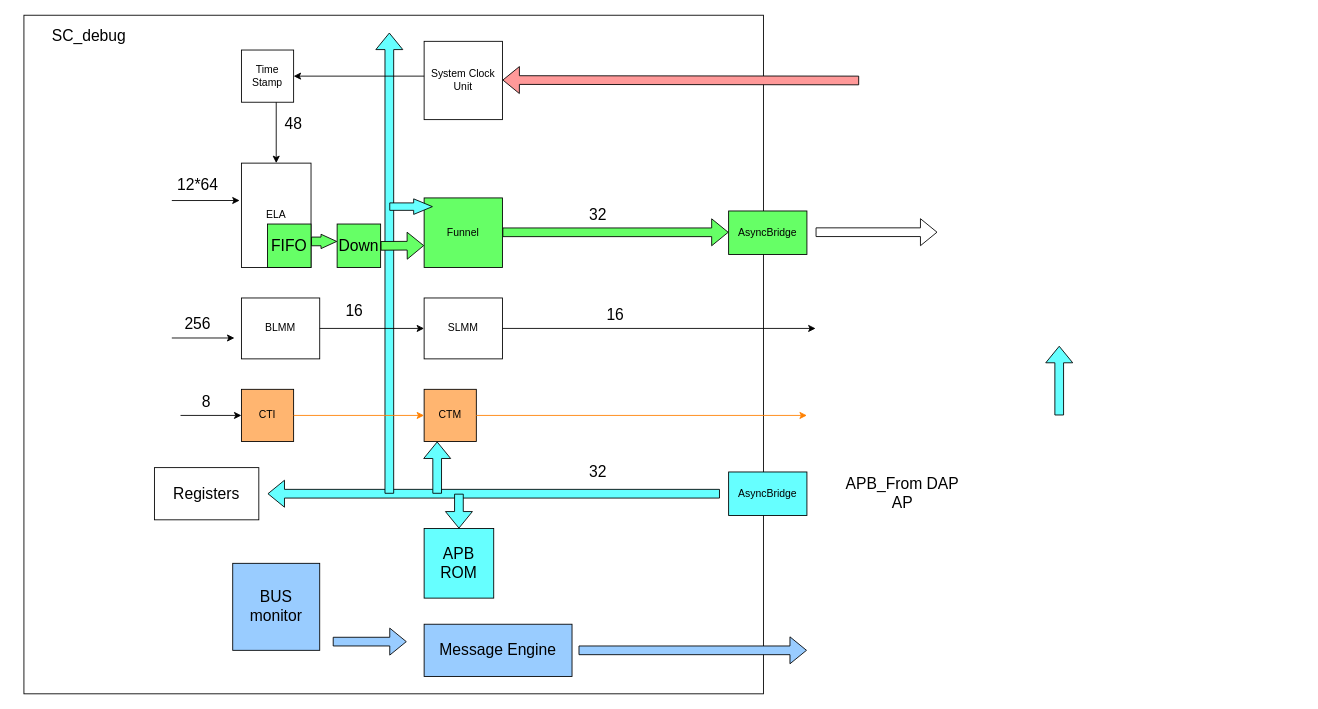
Earlier version of the draw.io diagram page "Page-7" (7 of 8) of Untitled Diagram.drawio (ASIC-Design/test). Source tidied: cells renumbered, new cells numbered last; positions are measured from the earlier drawing's top-left corner, leaving out a move shared by most shapes. Both pictures are drawn from the tidied source at 87%, with x=0, y=0 at pixel (23, 15).
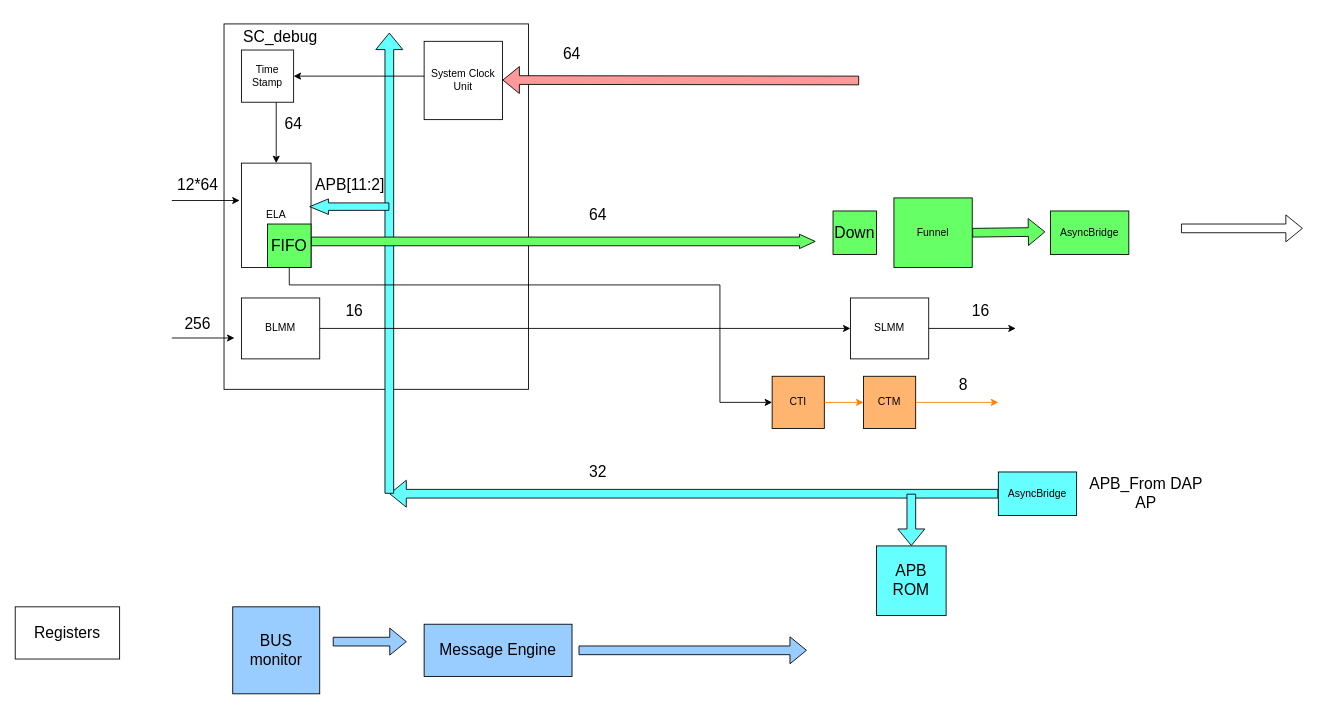
The same page after the edit.

The change refers to these unchanged cells:
```xml
<mxCell id="3" value="ELA" style="rounded=0;whiteSpace=wrap;html=1;" parent="1" vertex="1">
  <mxGeometry x="250" y="170" width="80" height="120" as="geometry" />
</mxCell>
<mxCell id="4" value="BLMM" style="rounded=0;whiteSpace=wrap;html=1;" parent="1" vertex="1">
  <mxGeometry x="250" y="325" width="90" height="70" as="geometry" />
</mxCell>
<mxCell id="43" value="FIFO" style="whiteSpace=wrap;html=1;fontSize=18;fillColor=#66FF66;" parent="1" vertex="1">
  <mxGeometry x="280" y="240" width="50" height="50" as="geometry" />
</mxCell>
```

Change to the diagram source:
```diff
@@
     <mxCell id="2" style="rounded=0;whiteSpace=wrap;html=1;fontSize=18;" parent="1" vertex="1">
-      <mxGeometry width="850" height="780" as="geometry" />
+      <mxGeometry x="230" y="10" width="350" height="420" as="geometry" />
     </mxCell>
@@
     <mxCell id="5" value="Funnel" style="rounded=0;whiteSpace=wrap;html=1;fillColor=#66FF66;" parent="1" vertex="1">
-      <mxGeometry x="460" y="210" width="90" height="80" as="geometry" />
+      <mxGeometry x="1000" y="210" width="90" height="80" as="geometry" />
     </mxCell>
     <mxCell id="6" value="SLMM" style="rounded=0;whiteSpace=wrap;html=1;" parent="1" vertex="1">
-      <mxGeometry x="460" y="325" width="90" height="70" as="geometry" />
+      <mxGeometry x="950" y="325" width="90" height="70" as="geometry" />
     </mxCell>
     <mxCell id="7" value="CTI" style="whiteSpace=wrap;html=1;fillColor=#FFB570;" parent="1" vertex="1">
-      <mxGeometry x="250" y="430" width="60" height="60" as="geometry" />
+      <mxGeometry x="860" y="415" width="60" height="60" as="geometry" />
     </mxCell>
     <mxCell id="8" value="CTM" style="whiteSpace=wrap;html=1;fillColor=#FFB570;" parent="1" vertex="1">
-      <mxGeometry x="460" y="430" width="60" height="60" as="geometry" />
+      <mxGeometry x="965" y="415" width="60" height="60" as="geometry" />
     </mxCell>
     <mxCell id="9" style="shape=flexArrow;endArrow=classic;html=1;rounded=0;" parent="1" edge="1">
       <mxGeometry relative="1" as="geometry">
-        <mxPoint x="910" y="249.4" as="sourcePoint" />
-        <mxPoint x="1050" y="249.4" as="targetPoint" />
+        <mxPoint x="1330" y="245" as="sourcePoint" />
+        <mxPoint x="1470" y="245" as="targetPoint" />
       </mxGeometry>
     </mxCell>
-    <mxCell id="10" style="shape=flexArrow;endArrow=classic;html=1;rounded=0;fillColor=#66FF66;" parent="1" edge="1">
+    <mxCell id="10" style="shape=flexArrow;endArrow=classic;html=1;rounded=0;fillColor=#66FF66;entryX=-0.067;entryY=0.48;entryDx=0;entryDy=0;entryPerimeter=0;" parent="1" edge="1" target="11">
       <mxGeometry relative="1" as="geometry">
-        <mxPoint x="550" y="249.5" as="sourcePoint" />
-        <mxPoint x="810" y="249.5" as="targetPoint" />
+        <mxPoint x="1090" y="250" as="sourcePoint" />
       </mxGeometry>
     </mxCell>
     <mxCell id="11" value="AsyncBridge" style="rounded=0;whiteSpace=wrap;html=1;strokeColor=#000000;fillColor=#66FF66;" parent="1" vertex="1">
-      <mxGeometry x="810" y="225" width="90" height="50" as="geometry" />
+      <mxGeometry x="1180" y="225" width="90" height="50" as="geometry" />
     </mxCell>
@@
     <mxCell id="15" value="BUS monitor" style="whiteSpace=wrap;html=1;fontSize=18;fillColor=#99CCFF;" parent="1" vertex="1">
-      <mxGeometry x="240" y="630" width="100" height="100" as="geometry" />
+      <mxGeometry x="240" y="680" width="100" height="100" as="geometry" />
     </mxCell>
     <mxCell id="16" value="APB ROM" style="whiteSpace=wrap;html=1;fontSize=18;fillColor=#66FFFF;" parent="1" vertex="1">
-      <mxGeometry x="460" y="590" width="80" height="80" as="geometry" />
+      <mxGeometry x="980" y="610" width="80" height="80" as="geometry" />
     </mxCell>
     <mxCell id="17" style="shape=flexArrow;endArrow=classic;html=1;rounded=0;fontSize=18;fillColor=#66FFFF;" parent="1" edge="1">
       <mxGeometry relative="1" as="geometry">
-        <mxPoint x="800" y="550" as="sourcePoint" />
-        <mxPoint x="280" y="550" as="targetPoint" />
+        <mxPoint x="1120" y="550" as="sourcePoint" />
+        <mxPoint x="420" y="550" as="targetPoint" />
       </mxGeometry>
     </mxCell>
     <mxCell id="18" style="shape=flexArrow;endArrow=classic;html=1;rounded=0;fontSize=18;fillColor=#66FFFF;entryX=0.5;entryY=0;entryDx=0;entryDy=0;" parent="1" edge="1" target="16">
       <mxGeometry relative="1" as="geometry">
-        <mxPoint x="500" y="550" as="sourcePoint" />
+        <mxPoint x="1020" y="550" as="sourcePoint" />
       </mxGeometry>
     </mxCell>
@@
-    <mxCell id="20" style="shape=flexArrow;endArrow=classic;html=1;rounded=0;fontSize=18;fillColor=#66FFFF;entryX=0.25;entryY=1;entryDx=0;entryDy=0;" parent="1" edge="1" target="8">
-      <mxGeometry relative="1" as="geometry">
-        <mxPoint x="475" y="550" as="sourcePoint" />
-      </mxGeometry>
-    </mxCell>
-    <mxCell id="21" style="shape=flexArrow;endArrow=classic;html=1;rounded=0;fontSize=18;fillColor=#66FFFF;width=8.571428571428571;endSize=6.8428571428571425;endWidth=8.299319727891158;" parent="1" edge="1">
+    <mxCell id="21" style="shape=flexArrow;endArrow=classic;html=1;rounded=0;fontSize=18;fillColor=#66FFFF;width=8.571428571428571;endSize=6.8428571428571425;endWidth=8.299319727891158;entryX=0.975;entryY=0.417;entryDx=0;entryDy=0;entryPerimeter=0;" parent="1" edge="1" target="3">
       <mxGeometry relative="1" as="geometry">
         <mxPoint x="420" y="220" as="sourcePoint" />
-        <mxPoint x="470" y="220" as="targetPoint" />
       </mxGeometry>
     </mxCell>
-    <mxCell id="22" style="shape=flexArrow;endArrow=classic;html=1;rounded=0;fontSize=18;fillColor=#66FFFF;" parent="1" edge="1">
-      <mxGeometry relative="1" as="geometry">
-        <mxPoint x="1190" y="460" as="sourcePoint" />
-        <mxPoint x="1190" y="380" as="targetPoint" />
-      </mxGeometry>
-    </mxCell>
-    <mxCell id="23" style="endArrow=classic;html=1;rounded=0;fontSize=18;fillColor=#66FF66;exitX=1;exitY=0.5;exitDx=0;exitDy=0;" parent="1" edge="1" source="4">
-      <mxGeometry relative="1" as="geometry">
-        <mxPoint x="460" y="360" as="targetPoint" />
-      </mxGeometry>
+    <mxCell id="23" style="endArrow=classic;html=1;rounded=0;fontSize=18;fillColor=#66FF66;exitX=1;exitY=0.5;exitDx=0;exitDy=0;entryX=0;entryY=0.5;entryDx=0;entryDy=0;" parent="1" edge="1" source="4" target="6">
+      <mxGeometry relative="1" as="geometry" />
     </mxCell>
@@
     <mxCell id="25" style="endArrow=classic;html=1;rounded=0;fontSize=18;fillColor=#66FF66;exitX=1;exitY=0.5;exitDx=0;exitDy=0;" parent="1" edge="1" source="6">
       <mxGeometry relative="1" as="geometry">
-        <mxPoint x="910" y="360" as="targetPoint" />
+        <mxPoint x="1140" y="360" as="targetPoint" />
       </mxGeometry>
     </mxCell>
@@
     <mxCell id="30" value="16" style="text;html=1;strokeColor=none;fillColor=none;align=center;verticalAlign=middle;whiteSpace=wrap;rounded=0;fontSize=18;" parent="1" vertex="1">
-      <mxGeometry x="650" y="330" width="60" height="30" as="geometry" />
+      <mxGeometry x="1070" y="325" width="60" height="30" as="geometry" />
     </mxCell>
@@
-    <mxCell id="32" value="48" style="text;html=1;strokeColor=none;fillColor=none;align=center;verticalAlign=middle;whiteSpace=wrap;rounded=0;fontSize=18;" parent="1" vertex="1">
+    <mxCell id="32" value="64" style="text;html=1;strokeColor=none;fillColor=none;align=center;verticalAlign=middle;whiteSpace=wrap;rounded=0;fontSize=18;" parent="1" vertex="1">
       <mxGeometry x="280" y="110" width="60" height="30" as="geometry" />
     </mxCell>
-    <mxCell id="33" value="32" style="text;html=1;strokeColor=none;fillColor=none;align=center;verticalAlign=middle;whiteSpace=wrap;rounded=0;fontSize=18;" parent="1" vertex="1">
+    <mxCell id="33" value="64" style="text;html=1;strokeColor=none;fillColor=none;align=center;verticalAlign=middle;whiteSpace=wrap;rounded=0;fontSize=18;" parent="1" vertex="1">
       <mxGeometry x="630" y="215" width="60" height="30" as="geometry" />
     </mxCell>
@@
-    <mxCell id="35" style="endArrow=classic;html=1;rounded=0;fontSize=18;fillColor=#66FF66;entryX=0;entryY=0.5;entryDx=0;entryDy=0;" parent="1" edge="1" target="7">
+    <mxCell id="35" style="endArrow=classic;html=1;rounded=0;fontSize=18;fillColor=#66FF66;entryX=0;entryY=0.5;entryDx=0;entryDy=0;exitX=0.5;exitY=1;exitDx=0;exitDy=0;" parent="1" edge="1" source="43" target="7">
       <mxGeometry relative="1" as="geometry">
-        <mxPoint x="180" y="460" as="sourcePoint" />
+        <Array as="points">
+          <mxPoint x="305" y="310" />
+          <mxPoint x="800" y="310" />
+          <mxPoint x="800" y="445" />
+        </Array>
       </mxGeometry>
     </mxCell>
     <mxCell id="36" value="8" style="text;html=1;strokeColor=none;fillColor=none;align=center;verticalAlign=middle;whiteSpace=wrap;rounded=0;fontSize=18;" parent="1" vertex="1">
-      <mxGeometry x="180" y="430" width="60" height="30" as="geometry" />
+      <mxGeometry x="1050" y="410" width="60" height="30" as="geometry" />
     </mxCell>
@@
     <mxCell id="38" style="endArrow=classic;html=1;rounded=0;fontSize=18;fillColor=#66FF66;exitX=1;exitY=0.5;exitDx=0;exitDy=0;strokeColor=#FF8000;" parent="1" edge="1" source="8">
       <mxGeometry relative="1" as="geometry">
-        <mxPoint x="900" y="460" as="targetPoint" />
+        <mxPoint x="1120" y="445" as="targetPoint" />
       </mxGeometry>
     </mxCell>
@@
     <mxCell id="40" style="shape=flexArrow;endArrow=classic;html=1;rounded=0;fontSize=18;fillColor=#66FF66;endWidth=5.517241379310345;endSize=5.675862068965518;" parent="1" edge="1">
       <mxGeometry relative="1" as="geometry">
         <mxPoint x="330" y="260" as="sourcePoint" />
-        <mxPoint x="360" y="260" as="targetPoint" />
+        <mxPoint x="910" y="260" as="targetPoint" />
       </mxGeometry>
     </mxCell>
     <mxCell id="41" value="Down" style="whiteSpace=wrap;html=1;fontSize=18;fillColor=#66FF66;" parent="1" vertex="1">
-      <mxGeometry x="360" y="240" width="50" height="50" as="geometry" />
+      <mxGeometry x="930" y="225" width="50" height="50" as="geometry" />
     </mxCell>
-    <mxCell id="42" style="shape=flexArrow;endArrow=classic;html=1;rounded=0;fontSize=18;fillColor=#66FF66;" parent="1" edge="1">
-      <mxGeometry relative="1" as="geometry">
-        <mxPoint x="410" y="265.1" as="sourcePoint" />
-        <mxPoint x="460" y="264.8" as="targetPoint" />
-      </mxGeometry>
-    </mxCell>
@@
     <mxCell id="46" value="Registers" style="rounded=0;whiteSpace=wrap;html=1;fontSize=18;" parent="1" vertex="1">
-      <mxGeometry x="150" y="520" width="120" height="60" as="geometry" />
+      <mxGeometry x="-10" y="680" width="120" height="60" as="geometry" />
     </mxCell>
     <mxCell id="47" value="AsyncBridge" style="rounded=0;whiteSpace=wrap;html=1;fillColor=#66FFFF;" parent="1" vertex="1">
-      <mxGeometry x="810" y="525" width="90" height="50" as="geometry" />
+      <mxGeometry x="1120" y="525" width="90" height="50" as="geometry" />
     </mxCell>
     <mxCell id="48" value="SC_debug" style="text;html=1;strokeColor=none;fillColor=none;align=center;verticalAlign=middle;whiteSpace=wrap;rounded=0;fontSize=18;" parent="1" vertex="1">
-      <mxGeometry x="20" y="9" width="110" height="30" as="geometry" />
+      <mxGeometry x="240" y="10" width="110" height="30" as="geometry" />
     </mxCell>
@@
     <mxCell id="50" value="APB_From DAP AP" style="text;html=1;strokeColor=none;fillColor=none;align=center;verticalAlign=middle;whiteSpace=wrap;rounded=0;fontSize=18;" parent="1" vertex="1">
-      <mxGeometry x="940" y="535" width="140" height="30" as="geometry" />
+      <mxGeometry x="1220" y="535" width="140" height="30" as="geometry" />
     </mxCell>
+    <mxCell id="51" value="APB[11:2]" style="text;html=1;strokeColor=none;fillColor=none;align=center;verticalAlign=middle;whiteSpace=wrap;rounded=0;fontSize=18;" parent="1" vertex="1">
+      <mxGeometry x="330" y="180" width="90" height="30" as="geometry" />
+    </mxCell>
+    <mxCell id="52" value="64" style="text;html=1;strokeColor=none;fillColor=none;align=center;verticalAlign=middle;whiteSpace=wrap;rounded=0;fontSize=18;" parent="1" vertex="1">
+      <mxGeometry x="600" y="30" width="60" height="30" as="geometry" />
+    </mxCell>
```
